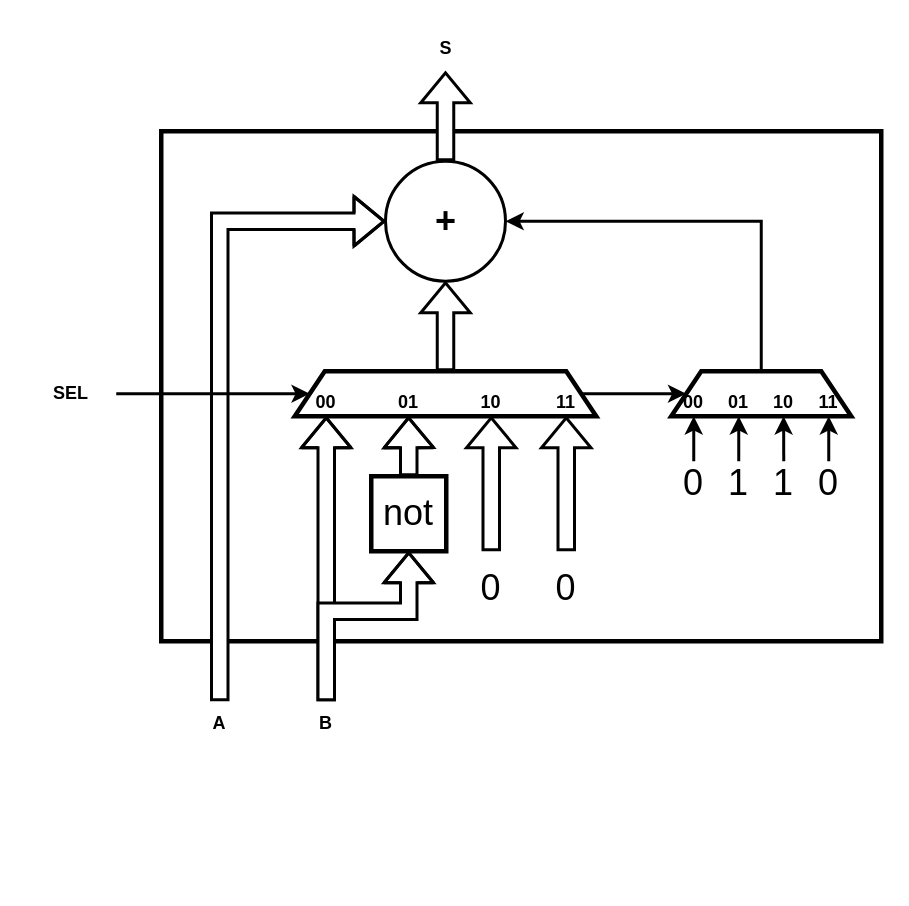
Before: page "figure_21" (21 of 24) of assets/images/2021-12-21-verilogHDL_chapter3_combinational_logic/시스템_반도체_설계_3장.drawio in ParkDongho/ParkDongho.github.io, a draw.io diagram. Source tidied: cells renumbered, new cells numbered last; positions are measured from the earlier drawing's top-left corner, leaving out a move shared by most shapes. Both pictures are drawn from the tidied source at 150%, with x=0, y=0 at pixel (26, 26).
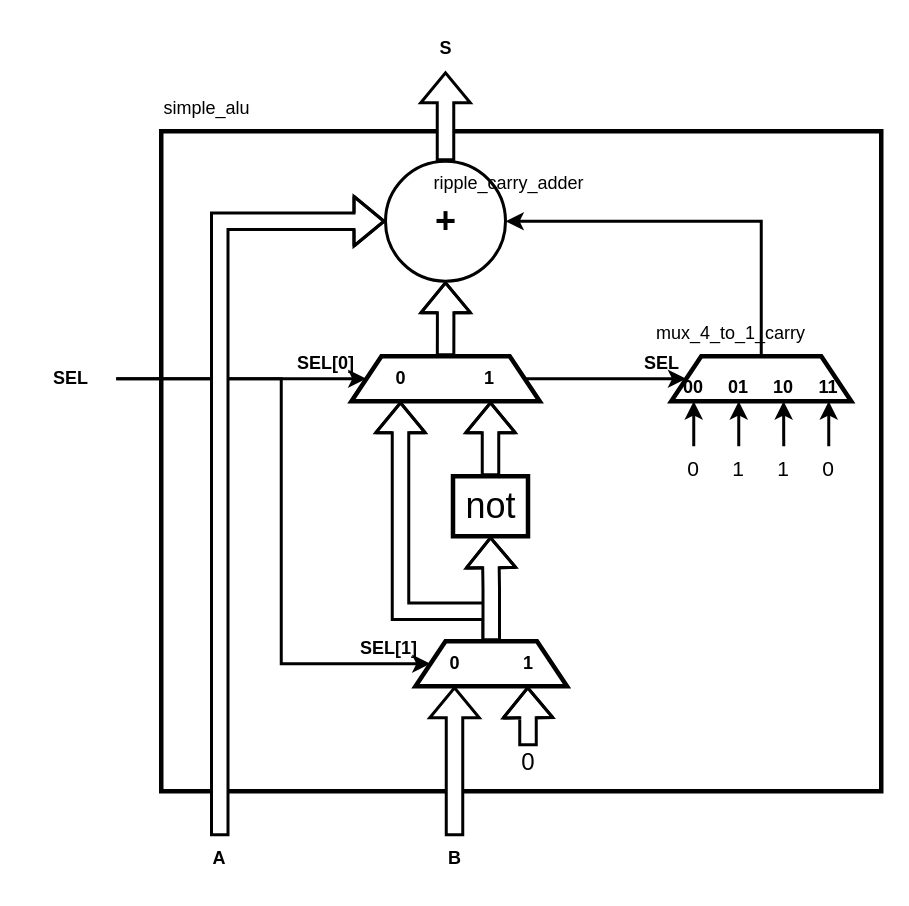
Above is the later version.

Unchanged cells that the change refers to:
```xml
<mxCell id="4" value="+" style="ellipse;whiteSpace=wrap;html=1;fontSize=24;strokeWidth=2;fillColor=none;fontStyle=1;" parent="1" vertex="1">
  <mxGeometry x="239.5" y="90" width="80" height="80" as="geometry" />
</mxCell>
```

What changed in the source:
```diff
@@
     <mxCell id="2" style="rounded=0;whiteSpace=wrap;html=1;fontSize=24;strokeWidth=3;fillColor=none;" parent="1" vertex="1">
-      <mxGeometry x="90" y="70" width="480" height="340" as="geometry" />
+      <mxGeometry x="90" y="70" width="480" height="440" as="geometry" />
     </mxCell>
@@
-    <mxCell id="5" style="edgeStyle=orthogonalEdgeStyle;shape=flexArrow;rounded=0;jettySize=auto;html=1;exitX=0.5;exitY=0;exitDx=0;exitDy=0;entryX=0;entryY=0.5;entryDx=0;entryDy=0;fontSize=12;startArrow=none;startFill=0;endArrow=classic;endFill=1;strokeWidth=2;fillColor=default;" parent="1" edge="1" source="6" target="4">
-      <mxGeometry relative="1" as="geometry" />
-    </mxCell>
     <mxCell id="6" value="A" style="text;html=1;strokeColor=none;fillColor=none;align=center;verticalAlign=middle;whiteSpace=wrap;rounded=0;fontSize=12;fontStyle=1;" parent="1" vertex="1">
-      <mxGeometry x="99" y="450" width="60" height="30" as="geometry" />
+      <mxGeometry x="99" y="540" width="60" height="30" as="geometry" />
     </mxCell>
-    <mxCell id="7" style="edgeStyle=orthogonalEdgeStyle;shape=flexArrow;rounded=0;jettySize=auto;html=1;exitX=0.5;exitY=0;exitDx=0;exitDy=0;entryX=0.5;entryY=1;entryDx=0;entryDy=0;fontSize=12;startArrow=none;startFill=0;endArrow=classic;endFill=1;strokeWidth=2;fillColor=default;" parent="1" edge="1" source="23" target="4">
-      <mxGeometry relative="1" as="geometry" />
-    </mxCell>
-    <mxCell id="8" style="edgeStyle=orthogonalEdgeStyle;rounded=0;jettySize=auto;html=1;exitX=0.5;exitY=0;exitDx=0;exitDy=0;fontSize=24;startArrow=none;startFill=0;endArrow=classic;endFill=1;strokeWidth=2;fillColor=default;shape=flexArrow;" parent="1" edge="1" source="10">
-      <mxGeometry relative="1" as="geometry">
-        <mxPoint x="200" y="260" as="targetPoint" />
-      </mxGeometry>
-    </mxCell>
-    <mxCell id="9" style="edgeStyle=orthogonalEdgeStyle;shape=flexArrow;rounded=0;jettySize=auto;html=1;exitX=0.5;exitY=0;exitDx=0;exitDy=0;entryX=0.5;entryY=1;entryDx=0;entryDy=0;fontSize=24;startArrow=none;startFill=0;endArrow=classic;endFill=1;strokeWidth=2;fillColor=default;" parent="1" edge="1" source="10" target="25">
-      <mxGeometry relative="1" as="geometry">
-        <Array as="points">
-          <mxPoint x="200" y="390" />
-          <mxPoint x="255" y="390" />
-        </Array>
-      </mxGeometry>
-    </mxCell>
+    <mxCell id="40" style="edgeStyle=orthogonalEdgeStyle;shape=flexArrow;rounded=0;jettySize=auto;html=1;exitX=0.5;exitY=0;exitDx=0;exitDy=0;entryX=0.5;entryY=1;entryDx=0;entryDy=0;fontSize=12;startArrow=none;startFill=0;endArrow=classic;endFill=1;strokeColor=default;strokeWidth=2;fillColor=default;" parent="1" edge="1" source="10" target="29">
+      <mxGeometry relative="1" as="geometry" />
+    </mxCell>
     <mxCell id="10" value="B" style="text;html=1;strokeColor=none;fillColor=none;align=center;verticalAlign=middle;whiteSpace=wrap;rounded=0;fontSize=12;fontStyle=1;" parent="1" vertex="1">
-      <mxGeometry x="170" y="450" width="60" height="30" as="geometry" />
+      <mxGeometry x="255.5" y="540" width="60" height="30" as="geometry" />
     </mxCell>
@@
     <mxCell id="13" style="edgeStyle=orthogonalEdgeStyle;rounded=0;jettySize=auto;html=1;exitX=0.5;exitY=0;exitDx=0;exitDy=0;fontSize=24;startArrow=none;startFill=0;endArrow=classic;endFill=1;strokeWidth=2;fillColor=default;" parent="1" edge="1" source="14">
       <mxGeometry relative="1" as="geometry">
-        <mxPoint x="445" y="260" as="targetPoint" />
+        <mxPoint x="445" y="250" as="targetPoint" />
       </mxGeometry>
     </mxCell>
-    <mxCell id="14" value="0" style="text;html=1;strokeColor=none;fillColor=none;align=center;verticalAlign=middle;whiteSpace=wrap;rounded=0;fontSize=24;" parent="1" vertex="1">
-      <mxGeometry x="430" y="290" width="30" height="30" as="geometry" />
+    <mxCell id="14" value="0" style="text;html=1;strokeColor=none;fillColor=none;align=center;verticalAlign=middle;whiteSpace=wrap;rounded=0;fontSize=14;" parent="1" vertex="1">
+      <mxGeometry x="430" y="280" width="30" height="30" as="geometry" />
     </mxCell>
     <mxCell id="15" style="shape=trapezoid;perimeter=trapezoidPerimeter;whiteSpace=wrap;html=1;fixedSize=1;fontSize=24;strokeWidth=3;fillColor=none;" parent="1" vertex="1">
-      <mxGeometry x="430" y="230" width="120" height="30" as="geometry" />
+      <mxGeometry x="430" y="220" width="120" height="30" as="geometry" />
     </mxCell>
     <mxCell id="16" style="edgeStyle=orthogonalEdgeStyle;rounded=0;jettySize=auto;html=1;exitX=0.5;exitY=0;exitDx=0;exitDy=0;fontSize=24;startArrow=none;startFill=0;endArrow=classic;endFill=1;strokeWidth=2;fillColor=default;" parent="1" edge="1" source="17">
       <mxGeometry relative="1" as="geometry">
-        <mxPoint x="475" y="260" as="targetPoint" />
+        <mxPoint x="475" y="250" as="targetPoint" />
       </mxGeometry>
     </mxCell>
-    <mxCell id="17" value="1" style="text;html=1;strokeColor=none;fillColor=none;align=center;verticalAlign=middle;whiteSpace=wrap;rounded=0;fontSize=24;" parent="1" vertex="1">
-      <mxGeometry x="460" y="290" width="30" height="30" as="geometry" />
+    <mxCell id="17" value="1" style="text;html=1;strokeColor=none;fillColor=none;align=center;verticalAlign=middle;whiteSpace=wrap;rounded=0;fontSize=14;" parent="1" vertex="1">
+      <mxGeometry x="460" y="280" width="30" height="30" as="geometry" />
     </mxCell>
     <mxCell id="18" style="edgeStyle=orthogonalEdgeStyle;rounded=0;jettySize=auto;html=1;exitX=0.5;exitY=0;exitDx=0;exitDy=0;fontSize=24;startArrow=none;startFill=0;endArrow=classic;endFill=1;strokeWidth=2;fillColor=default;" parent="1" edge="1" source="19">
       <mxGeometry relative="1" as="geometry">
-        <mxPoint x="504.9" y="260" as="targetPoint" />
+        <mxPoint x="504.9" y="250" as="targetPoint" />
       </mxGeometry>
     </mxCell>
-    <mxCell id="19" value="1" style="text;html=1;strokeColor=none;fillColor=none;align=center;verticalAlign=middle;whiteSpace=wrap;rounded=0;fontSize=24;" parent="1" vertex="1">
-      <mxGeometry x="490" y="290" width="30" height="30" as="geometry" />
+    <mxCell id="19" value="1" style="text;html=1;strokeColor=none;fillColor=none;align=center;verticalAlign=middle;whiteSpace=wrap;rounded=0;fontSize=14;" parent="1" vertex="1">
+      <mxGeometry x="490" y="280" width="30" height="30" as="geometry" />
     </mxCell>
     <mxCell id="20" style="edgeStyle=orthogonalEdgeStyle;rounded=0;jettySize=auto;html=1;exitX=0.5;exitY=0;exitDx=0;exitDy=0;fontSize=24;startArrow=none;startFill=0;endArrow=classic;endFill=1;strokeWidth=2;fillColor=default;" parent="1" edge="1" source="21">
       <mxGeometry relative="1" as="geometry">
-        <mxPoint x="535" y="260" as="targetPoint" />
+        <mxPoint x="535" y="250" as="targetPoint" />
       </mxGeometry>
     </mxCell>
-    <mxCell id="21" value="0" style="text;html=1;strokeColor=none;fillColor=none;align=center;verticalAlign=middle;whiteSpace=wrap;rounded=0;fontSize=24;" parent="1" vertex="1">
-      <mxGeometry x="520" y="290" width="30" height="30" as="geometry" />
+    <mxCell id="21" value="0" style="text;html=1;strokeColor=none;fillColor=none;align=center;verticalAlign=middle;whiteSpace=wrap;rounded=0;fontSize=14;" parent="1" vertex="1">
+      <mxGeometry x="520" y="280" width="30" height="30" as="geometry" />
     </mxCell>
@@
+    <mxCell id="7" style="edgeStyle=orthogonalEdgeStyle;shape=flexArrow;rounded=0;jettySize=auto;html=1;exitX=0.5;exitY=0;exitDx=0;exitDy=0;entryX=0.5;entryY=1;entryDx=0;entryDy=0;fontSize=12;startArrow=none;startFill=0;endArrow=classic;endFill=1;strokeColor=default;strokeWidth=2;fillColor=default;" parent="1" edge="1" source="23" target="4">
+      <mxGeometry relative="1" as="geometry" />
+    </mxCell>
     <mxCell id="23" style="shape=trapezoid;perimeter=trapezoidPerimeter;whiteSpace=wrap;html=1;fixedSize=1;fontSize=24;strokeWidth=3;fillColor=none;" parent="1" vertex="1">
-      <mxGeometry x="179" y="230" width="201" height="30" as="geometry" />
+      <mxGeometry x="216.8" y="220" width="125.5" height="30" as="geometry" />
     </mxCell>
     <mxCell id="24" style="edgeStyle=orthogonalEdgeStyle;shape=flexArrow;rounded=0;jettySize=auto;html=1;exitX=0.5;exitY=0;exitDx=0;exitDy=0;fontSize=24;startArrow=none;startFill=0;endArrow=classic;endFill=1;strokeWidth=2;fillColor=default;" parent="1" edge="1" source="25">
       <mxGeometry relative="1" as="geometry">
-        <mxPoint x="254.9" y="260" as="targetPoint" />
+        <mxPoint x="309.5" y="250" as="targetPoint" />
       </mxGeometry>
     </mxCell>
     <mxCell id="25" value="not" style="rounded=0;whiteSpace=wrap;html=1;fontSize=24;strokeWidth=3;fillColor=none;" parent="1" vertex="1">
-      <mxGeometry x="230" y="300" width="50" height="50" as="geometry" />
+      <mxGeometry x="284.5" y="300" width="50" height="40" as="geometry" />
     </mxCell>
-    <mxCell id="26" style="edgeStyle=orthogonalEdgeStyle;rounded=0;orthogonalLoop=1;jettySize=auto;html=1;fontSize=24;startArrow=none;startFill=0;endArrow=classic;endFill=1;strokeWidth=2;fillColor=default;shape=flexArrow;" parent="1" edge="1">
+    <mxCell id="26" style="edgeStyle=orthogonalEdgeStyle;rounded=0;jettySize=auto;html=1;fontSize=24;startArrow=none;startFill=0;endArrow=classic;endFill=1;strokeWidth=2;fillColor=default;shape=flexArrow;exitX=0.5;exitY=0;exitDx=0;exitDy=0;" parent="1" edge="1" source="28">
       <mxGeometry relative="1" as="geometry">
-        <mxPoint x="310" y="350" as="sourcePoint" />
-        <mxPoint x="310" y="260" as="targetPoint" />
+        <mxPoint x="334.3" y="440" as="targetPoint" />
       </mxGeometry>
     </mxCell>
-    <mxCell id="27" style="edgeStyle=orthogonalEdgeStyle;rounded=0;orthogonalLoop=1;jettySize=auto;html=1;fontSize=24;startArrow=none;startFill=0;endArrow=classic;endFill=1;strokeWidth=2;fillColor=default;shape=flexArrow;" parent="1" edge="1">
-      <mxGeometry relative="1" as="geometry">
-        <mxPoint x="360" y="350" as="sourcePoint" />
-        <mxPoint x="360" y="260" as="targetPoint" />
-      </mxGeometry>
-    </mxCell>
-    <mxCell id="28" value="0" style="text;html=1;strokeColor=none;fillColor=none;align=center;verticalAlign=middle;whiteSpace=wrap;rounded=0;fontSize=24;" parent="1" vertex="1">
-      <mxGeometry x="294.5" y="360" width="30" height="30" as="geometry" />
+    <mxCell id="28" value="0" style="text;html=1;strokeColor=none;fillColor=none;align=center;verticalAlign=middle;whiteSpace=wrap;rounded=0;fontSize=16;" parent="1" vertex="1">
+      <mxGeometry x="319.5" y="480" width="30" height="20" as="geometry" />
     </mxCell>
-    <mxCell id="29" value="0" style="text;html=1;strokeColor=none;fillColor=none;align=center;verticalAlign=middle;whiteSpace=wrap;rounded=0;fontSize=24;" parent="1" vertex="1">
-      <mxGeometry x="345" y="360" width="30" height="30" as="geometry" />
-    </mxCell>
@@
+    <mxCell id="41" style="edgeStyle=orthogonalEdgeStyle;rounded=0;jettySize=auto;html=1;exitX=1;exitY=0.5;exitDx=0;exitDy=0;entryX=0;entryY=0.5;entryDx=0;entryDy=0;fontSize=12;startArrow=none;startFill=0;endArrow=classic;endFill=1;strokeColor=default;strokeWidth=2;fillColor=default;" parent="1" edge="1" source="31" target="46">
+      <mxGeometry relative="1" as="geometry">
+        <Array as="points">
+          <mxPoint x="170" y="235" />
+          <mxPoint x="170" y="425" />
+        </Array>
+      </mxGeometry>
+    </mxCell>
     <mxCell id="31" value="SEL" style="text;html=1;strokeColor=none;fillColor=none;align=center;verticalAlign=middle;whiteSpace=wrap;rounded=0;fontSize=12;fontStyle=1;" parent="1" vertex="1">
-      <mxGeometry y="230" width="60" height="30" as="geometry" />
+      <mxGeometry y="220" width="60" height="30" as="geometry" />
     </mxCell>
-    <mxCell id="32" value="00" style="text;html=1;strokeColor=none;fillColor=none;align=center;verticalAlign=middle;whiteSpace=wrap;rounded=0;fontSize=12;fontStyle=1;" parent="1" vertex="1">
-      <mxGeometry x="185" y="236" width="30" height="30" as="geometry" />
+    <mxCell id="32" value="0" style="text;html=1;strokeColor=none;fillColor=none;align=center;verticalAlign=middle;whiteSpace=wrap;rounded=0;fontSize=12;fontStyle=1;" parent="1" vertex="1">
+      <mxGeometry x="234.5" y="220" width="30" height="30" as="geometry" />
     </mxCell>
-    <mxCell id="33" value="01" style="text;html=1;strokeColor=none;fillColor=none;align=center;verticalAlign=middle;whiteSpace=wrap;rounded=0;fontSize=12;fontStyle=1;" parent="1" vertex="1">
-      <mxGeometry x="239.5" y="236" width="30" height="30" as="geometry" />
+    <mxCell id="33" value="1" style="text;html=1;strokeColor=none;fillColor=none;align=center;verticalAlign=middle;whiteSpace=wrap;rounded=0;fontSize=12;fontStyle=1;" parent="1" vertex="1">
+      <mxGeometry x="294" y="220" width="30" height="30" as="geometry" />
     </mxCell>
-    <mxCell id="34" value="10" style="text;html=1;strokeColor=none;fillColor=none;align=center;verticalAlign=middle;whiteSpace=wrap;rounded=0;fontSize=12;fontStyle=1;" parent="1" vertex="1">
-      <mxGeometry x="294.5" y="236" width="30" height="30" as="geometry" />
-    </mxCell>
-    <mxCell id="35" value="11" style="text;html=1;strokeColor=none;fillColor=none;align=center;verticalAlign=middle;whiteSpace=wrap;rounded=0;fontSize=12;fontStyle=1;" parent="1" vertex="1">
-      <mxGeometry x="345" y="236" width="30" height="30" as="geometry" />
-    </mxCell>
     <mxCell id="36" value="00" style="text;html=1;strokeColor=none;fillColor=none;align=center;verticalAlign=middle;whiteSpace=wrap;rounded=0;fontSize=12;fontStyle=1;" parent="1" vertex="1">
-      <mxGeometry x="430" y="236" width="30" height="30" as="geometry" />
+      <mxGeometry x="430" y="226" width="30" height="30" as="geometry" />
     </mxCell>
     <mxCell id="37" value="01" style="text;html=1;strokeColor=none;fillColor=none;align=center;verticalAlign=middle;whiteSpace=wrap;rounded=0;fontSize=12;fontStyle=1;" parent="1" vertex="1">
-      <mxGeometry x="460" y="236" width="30" height="30" as="geometry" />
+      <mxGeometry x="460" y="226" width="30" height="30" as="geometry" />
     </mxCell>
     <mxCell id="38" value="10" style="text;html=1;strokeColor=none;fillColor=none;align=center;verticalAlign=middle;whiteSpace=wrap;rounded=0;fontSize=12;fontStyle=1;" parent="1" vertex="1">
-      <mxGeometry x="490" y="236" width="30" height="30" as="geometry" />
+      <mxGeometry x="490" y="226" width="30" height="30" as="geometry" />
     </mxCell>
     <mxCell id="39" value="11" style="text;html=1;strokeColor=none;fillColor=none;align=center;verticalAlign=middle;whiteSpace=wrap;rounded=0;fontSize=12;fontStyle=1;" parent="1" vertex="1">
-      <mxGeometry x="520" y="236" width="30" height="30" as="geometry" />
+      <mxGeometry x="520" y="226" width="30" height="30" as="geometry" />
     </mxCell>
+    <mxCell id="42" value="mux_4_to_1_carry" style="text;html=1;strokeColor=none;fillColor=none;align=center;verticalAlign=middle;whiteSpace=wrap;rounded=0;fontSize=12;" parent="1" vertex="1">
+      <mxGeometry x="440" y="190" width="60" height="30" as="geometry" />
+    </mxCell>
+    <mxCell id="43" value="ripple_carry_adder" style="text;html=1;strokeColor=none;fillColor=none;align=left;verticalAlign=middle;whiteSpace=wrap;rounded=0;fontSize=12;" parent="1" vertex="1">
+      <mxGeometry x="270" y="90" width="60" height="30" as="geometry" />
+    </mxCell>
+    <mxCell id="44" value="simple_alu" style="text;html=1;strokeColor=none;fillColor=none;align=left;verticalAlign=middle;whiteSpace=wrap;rounded=0;fontSize=12;" parent="1" vertex="1">
+      <mxGeometry x="90" y="40" width="60" height="30" as="geometry" />
+    </mxCell>
+    <mxCell id="45" style="edgeStyle=orthogonalEdgeStyle;shape=flexArrow;rounded=0;jettySize=auto;html=1;exitX=0.5;exitY=0;exitDx=0;exitDy=0;entryX=0.5;entryY=1;entryDx=0;entryDy=0;fontSize=12;startArrow=none;startFill=0;endArrow=classic;endFill=1;strokeColor=default;strokeWidth=2;fillColor=default;" parent="1" edge="1" source="46" target="32">
+      <mxGeometry relative="1" as="geometry">
+        <Array as="points">
+          <mxPoint x="310" y="390" />
+          <mxPoint x="249" y="390" />
+        </Array>
+      </mxGeometry>
+    </mxCell>
+    <mxCell id="46" style="shape=trapezoid;perimeter=trapezoidPerimeter;whiteSpace=wrap;html=1;fixedSize=1;fontSize=24;strokeWidth=3;fillColor=none;" parent="1" vertex="1">
+      <mxGeometry x="259.5" y="410" width="101" height="30" as="geometry" />
+    </mxCell>
+    <mxCell id="29" value="0" style="text;html=1;strokeColor=none;fillColor=none;align=center;verticalAlign=middle;whiteSpace=wrap;rounded=0;fontSize=12;fontStyle=1;" parent="1" vertex="1">
+      <mxGeometry x="270.5" y="410" width="30" height="30" as="geometry" />
+    </mxCell>
+    <mxCell id="47" value="1" style="text;html=1;strokeColor=none;fillColor=none;align=center;verticalAlign=middle;whiteSpace=wrap;rounded=0;fontSize=12;fontStyle=1;" parent="1" vertex="1">
+      <mxGeometry x="319.5" y="410" width="30" height="30" as="geometry" />
+    </mxCell>
+    <mxCell id="48" value="SEL[0]" style="text;html=1;strokeColor=none;fillColor=none;align=center;verticalAlign=middle;whiteSpace=wrap;rounded=0;fontSize=12;fontStyle=1;" parent="1" vertex="1">
+      <mxGeometry x="170" y="210" width="60" height="30" as="geometry" />
+    </mxCell>
+    <mxCell id="49" value="SEL[1]" style="text;html=1;strokeColor=none;fillColor=none;align=center;verticalAlign=middle;whiteSpace=wrap;rounded=0;fontSize=12;fontStyle=1;" parent="1" vertex="1">
+      <mxGeometry x="211.5" y="400" width="60" height="30" as="geometry" />
+    </mxCell>
+    <mxCell id="50" value="SEL" style="text;html=1;strokeColor=none;fillColor=none;align=center;verticalAlign=middle;whiteSpace=wrap;rounded=0;fontSize=12;fontStyle=1;" parent="1" vertex="1">
+      <mxGeometry x="394" y="210" width="60" height="30" as="geometry" />
+    </mxCell>
+    <mxCell id="9" style="edgeStyle=orthogonalEdgeStyle;shape=flexArrow;rounded=0;jettySize=auto;html=1;exitX=0.5;exitY=0;exitDx=0;exitDy=0;entryX=0.5;entryY=1;entryDx=0;entryDy=0;fontSize=24;startArrow=none;startFill=0;endArrow=classic;endFill=1;strokeWidth=2;fillColor=default;" parent="1" edge="1" source="46" target="25">
+      <mxGeometry relative="1" as="geometry" />
+    </mxCell>
+    <mxCell id="5" style="edgeStyle=orthogonalEdgeStyle;shape=flexArrow;rounded=0;jettySize=auto;html=1;exitX=0.5;exitY=0;exitDx=0;exitDy=0;entryX=0;entryY=0.5;entryDx=0;entryDy=0;fontSize=12;startArrow=none;startFill=0;endArrow=classic;endFill=1;strokeWidth=2;fillColor=default;" parent="1" edge="1" source="6" target="4">
+      <mxGeometry relative="1" as="geometry" />
+    </mxCell>
```
